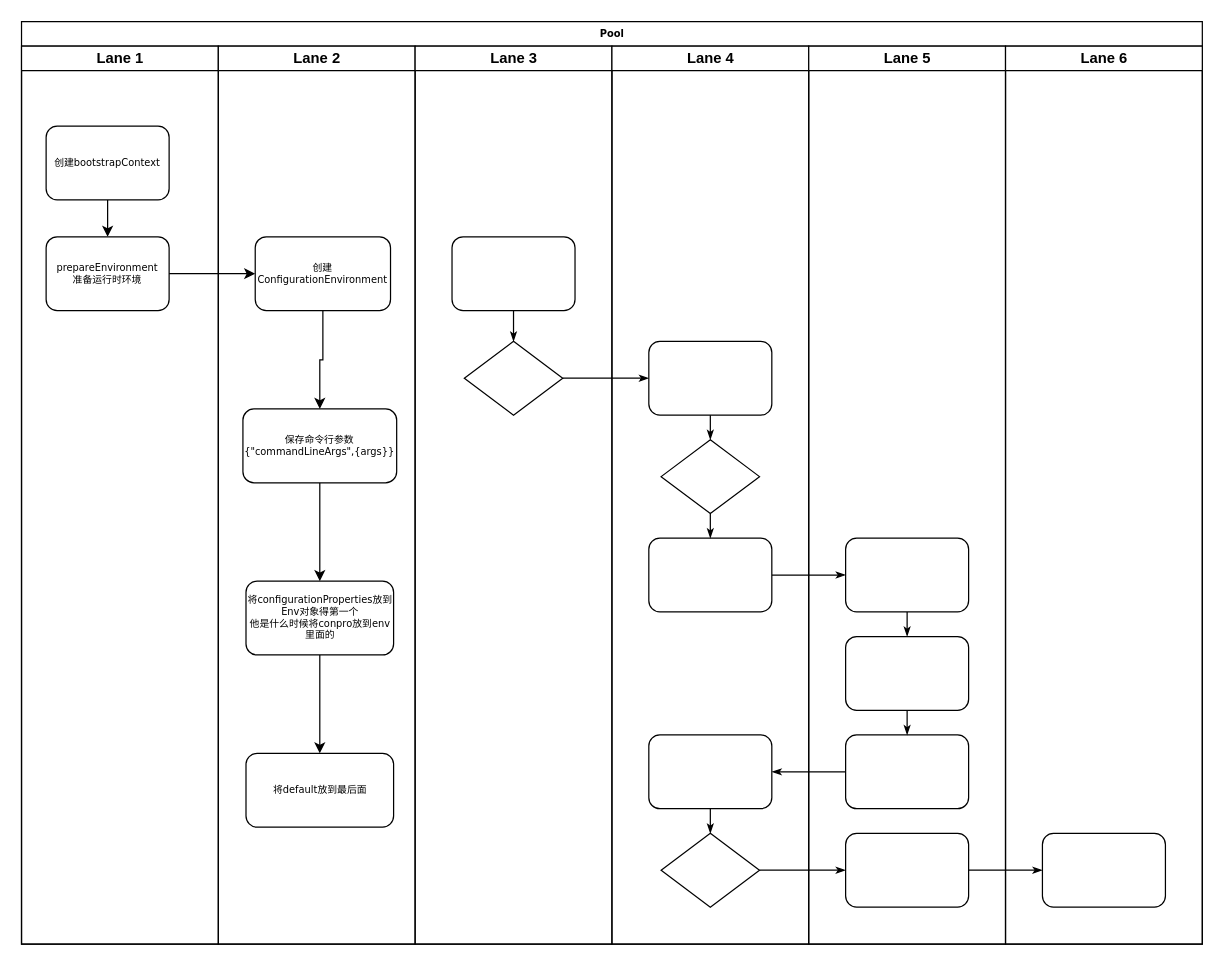
The draw.io diagram 未命名绘图.drawio in fei-hang/draw, before the edit. Source tidied: cells renumbered, new cells numbered last; positions are measured from the earlier drawing's top-left corner, leaving out a move shared by most shapes. Both pictures are drawn from the tidied source at 123%, with x=0, y=0 at pixel (21, 21).
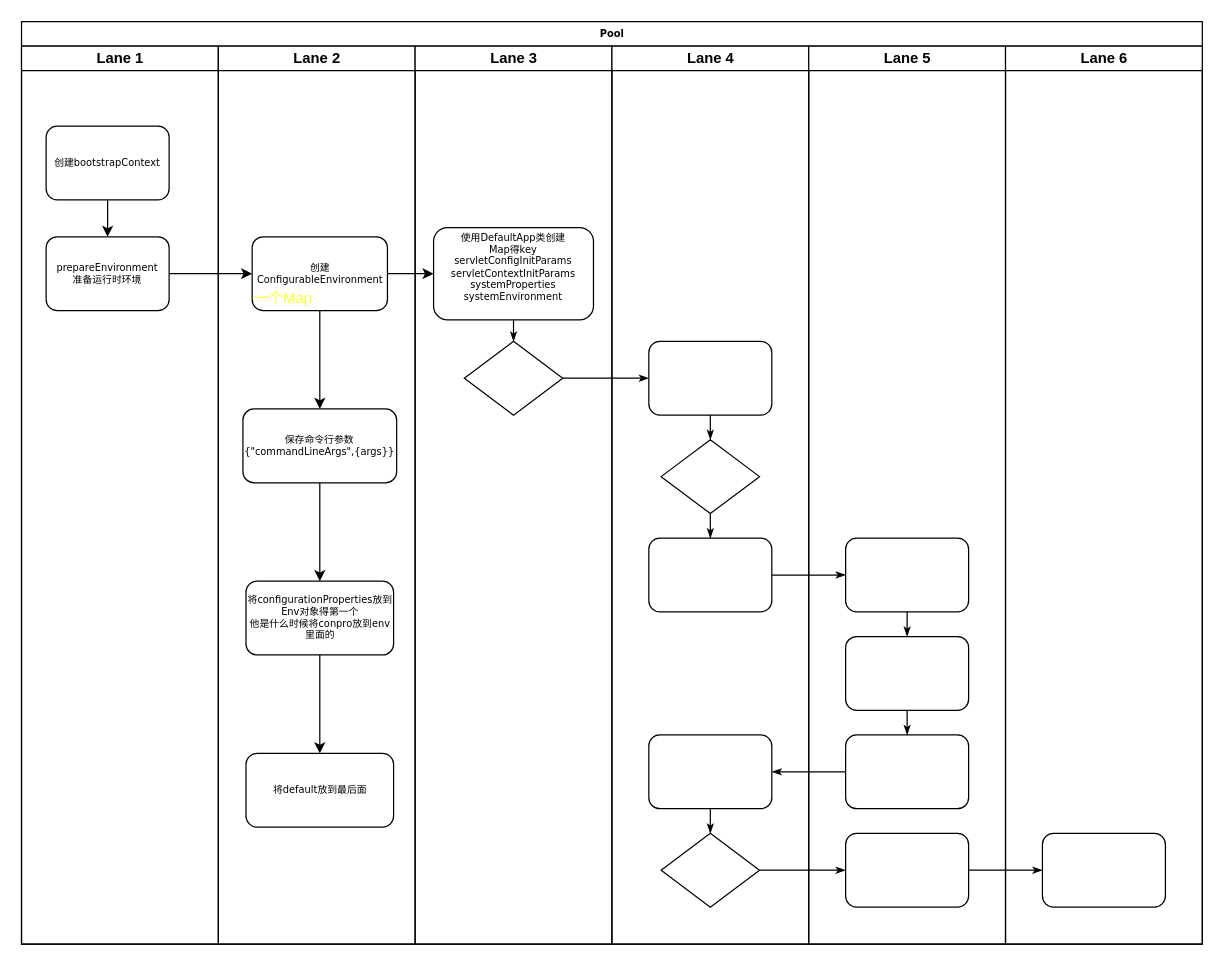
The same diagram, later.

Commit message (it also covers changes not shown here):
更新未命名绘图.drawio

The change refers to these unchanged cells:
```xml
<mxCell id="2" value="Pool" style="swimlane;html=1;startSize=20;rounded=0;shadow=0;labelBackgroundColor=none;strokeWidth=1;fontFamily=Verdana;fontSize=8;align=center;" parent="1" vertex="1">
  <mxGeometry width="960" height="750" as="geometry" />
</mxCell>
<mxCell id="12" value="Lane 2" style="swimlane;html=1;startSize=20;" parent="2" vertex="1">
  <mxGeometry x="160" y="20" width="160" height="730" as="geometry" />
</mxCell>
<mxCell id="20" value="Lane 3" style="swimlane;html=1;startSize=20;" parent="2" vertex="1">
  <mxGeometry x="320" y="20" width="160" height="730" as="geometry" />
</mxCell>
```

The edit, as a diff of the source:
```diff
@@
-    <mxCell id="14" value="创建ConfigurationEnvironment" style="rounded=1;whiteSpace=wrap;html=1;shadow=0;labelBackgroundColor=none;strokeWidth=1;fontFamily=Verdana;fontSize=8;align=center;" parent="12" vertex="1">
-      <mxGeometry x="30" y="155" width="110" height="60" as="geometry" />
+    <mxCell id="14" value="创建ConfigurableEnvironment" style="rounded=1;whiteSpace=wrap;html=1;shadow=0;labelBackgroundColor=none;strokeWidth=1;fontFamily=Verdana;fontSize=8;align=center;" parent="12" vertex="1">
+      <mxGeometry x="27.5" y="155" width="110" height="60" as="geometry" />
     </mxCell>
@@
+    <mxCell id="43" value="一个Map" style="text;html=1;align=center;verticalAlign=middle;whiteSpace=wrap;rounded=0;fontColor=#FFFF2B;" parent="12" vertex="1">
+      <mxGeometry x="22.5" y="190" width="60" height="30" as="geometry" />
+    </mxCell>
@@
-    <mxCell id="21" style="rounded=1;whiteSpace=wrap;html=1;shadow=0;labelBackgroundColor=none;strokeWidth=1;fontFamily=Verdana;fontSize=8;align=center;" parent="20" vertex="1">
-      <mxGeometry x="30" y="155" width="100" height="60" as="geometry" />
+    <mxCell id="21" value="使用DefaultApp类创建&lt;div&gt;Map得key&lt;br&gt;&lt;div&gt;&lt;div&gt;servletConfigInitParams&lt;/div&gt;&lt;div&gt;servletContextInitParams&lt;/div&gt;&lt;div&gt;systemProperties&lt;/div&gt;&lt;div&gt;systemEnvironment&lt;/div&gt;&lt;/div&gt;&lt;div&gt;&lt;br&gt;&lt;/div&gt;&lt;/div&gt;" style="rounded=1;whiteSpace=wrap;html=1;shadow=0;labelBackgroundColor=none;strokeWidth=1;fontFamily=Verdana;fontSize=8;align=center;" parent="20" vertex="1">
+      <mxGeometry x="15" y="147.5" width="130" height="75" as="geometry" />
     </mxCell>
@@
+    <mxCell id="44" style="edgeStyle=orthogonalEdgeStyle;rounded=0;jettySize=auto;html=1;" parent="2" edge="1" source="14" target="21">
+      <mxGeometry relative="1" as="geometry" />
+    </mxCell>
```
